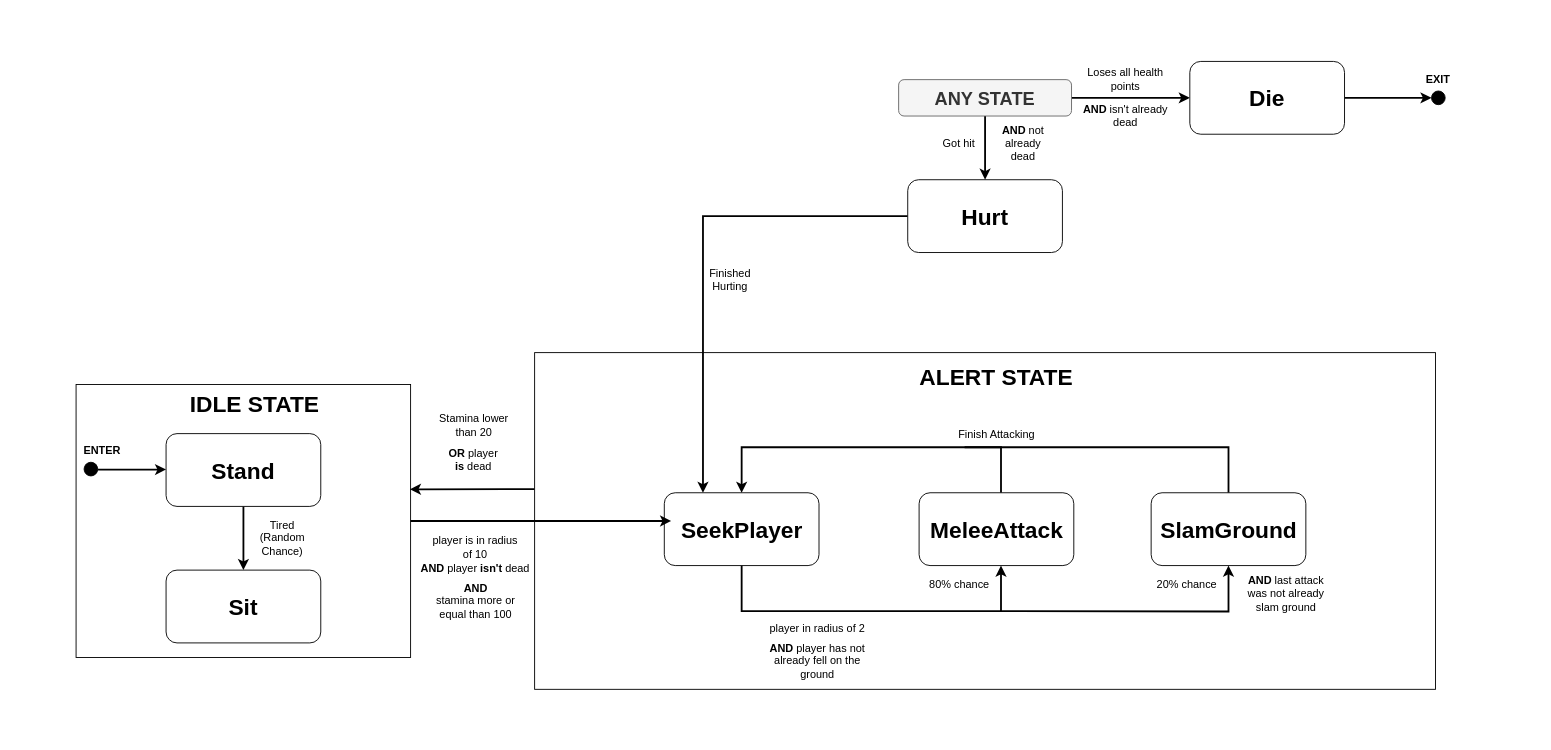
Aster0/GMAI_Project keeps this draw.io diagram as page "Page-3" (2 of 2) of player_fsm.drawio. Above is the earlier version. Source tidied: cells renumbered, new cells numbered last; positions are measured from the earlier drawing's top-left corner, leaving out a move shared by most shapes. Both pictures are drawn from the tidied source at 91%, with x=0, y=0 at pixel (76, 61).
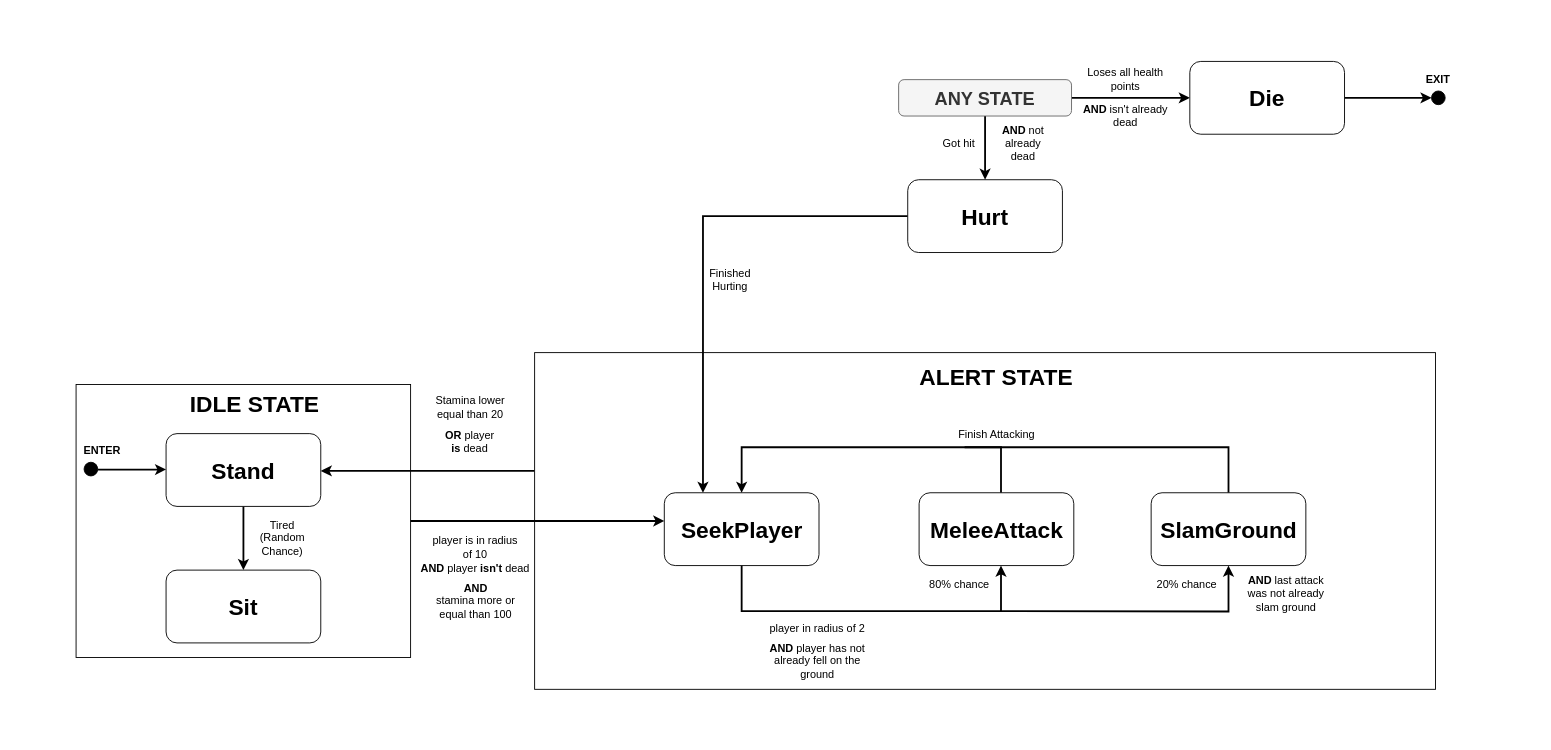
The same diagram, later.

The change refers to these unchanged cells:
```xml
<mxCell id="2" style="rounded=0;whiteSpace=wrap;html=1;fontSize=11;" parent="1" vertex="1">
  <mxGeometry x="0.1" y="355" width="367.6" height="300" as="geometry" />
</mxCell>
<mxCell id="4" style="rounded=0;whiteSpace=wrap;html=1;fontSize=11;" parent="1" vertex="1">
  <mxGeometry x="504" y="320" width="990" height="370" as="geometry" />
</mxCell>
<mxCell id="6" value="&lt;span style=&quot;font-size: 25px;&quot;&gt;&lt;b&gt;Stand&lt;/b&gt;&lt;/span&gt;" style="rounded=1;whiteSpace=wrap;html=1;" parent="1" vertex="1">
  <mxGeometry x="99" y="409" width="170" height="80" as="geometry" />
</mxCell>
<mxCell id="11" value="&lt;span style=&quot;font-size: 25px;&quot;&gt;&lt;b&gt;SeekPlayer&lt;/b&gt;&lt;/span&gt;" style="rounded=1;whiteSpace=wrap;html=1;" parent="1" vertex="1">
  <mxGeometry x="646.5" y="474" width="170" height="80" as="geometry" />
</mxCell>
```

What changed in the source:
```diff
@@
+    <mxCell id="47" style="rounded=0;whiteSpace=wrap;html=1;fontSize=11;fillColor=none;strokeColor=none;" parent="1" vertex="1">
+      <mxGeometry x="-66" y="-50" width="1670" height="790" as="geometry" />
+    </mxCell>
@@
-    <mxCell id="3" style="edgeStyle=orthogonalEdgeStyle;rounded=0;jettySize=auto;html=1;entryX=0.998;entryY=0.384;entryDx=0;entryDy=0;entryPerimeter=0;strokeWidth=2;" parent="1" edge="1" source="4" target="2">
+    <mxCell id="3" style="edgeStyle=orthogonalEdgeStyle;rounded=0;jettySize=auto;html=1;strokeWidth=2;" parent="1" edge="1" source="4" target="6">
       <mxGeometry relative="1" as="geometry">
         <Array as="points">
-          <mxPoint x="474" y="470" />
-          <mxPoint x="474" y="470" />
+          <mxPoint x="444" y="450" />
+          <mxPoint x="444" y="450" />
         </Array>
       </mxGeometry>
     </mxCell>
@@
-    <mxCell id="26" value="Stamina lower than 20" style="text;html=1;strokeColor=none;fillColor=none;align=center;verticalAlign=middle;whiteSpace=wrap;rounded=0;fontSize=12;fontStyle=0;" parent="1" vertex="1">
-      <mxGeometry x="389" y="370" width="96.8" height="60" as="geometry" />
+    <mxCell id="26" value="Stamina lower equal than 20" style="text;html=1;strokeColor=none;fillColor=none;align=center;verticalAlign=middle;whiteSpace=wrap;rounded=0;fontSize=12;fontStyle=0;" parent="1" vertex="1">
+      <mxGeometry x="384.5" y="350" width="96.8" height="60" as="geometry" />
     </mxCell>
@@
     <mxCell id="36" value="&lt;b&gt;OR&amp;nbsp;&lt;/b&gt;player &lt;b&gt;is&amp;nbsp;&lt;/b&gt;dead" style="text;html=1;strokeColor=none;fillColor=none;align=center;verticalAlign=middle;whiteSpace=wrap;rounded=0;fontSize=12;fontStyle=0;" parent="1" vertex="1">
-      <mxGeometry x="392.1" y="409" width="90" height="58" as="geometry" />
+      <mxGeometry x="387.6" y="389" width="90" height="58" as="geometry" />
     </mxCell>
@@
-    <mxCell id="46" style="edgeStyle=orthogonalEdgeStyle;rounded=0;jettySize=auto;html=1;strokeWidth=2;" parent="1" edge="1" source="2">
+    <mxCell id="46" style="edgeStyle=orthogonalEdgeStyle;rounded=0;jettySize=auto;html=1;strokeWidth=2;" parent="1" edge="1" source="2" target="11">
       <mxGeometry relative="1" as="geometry">
-        <mxPoint x="654" y="505" as="targetPoint" />
         <Array as="points">
-          <mxPoint x="647" y="505" />
+          <mxPoint x="584" y="505" />
+          <mxPoint x="584" y="505" />
         </Array>
       </mxGeometry>
     </mxCell>
```
